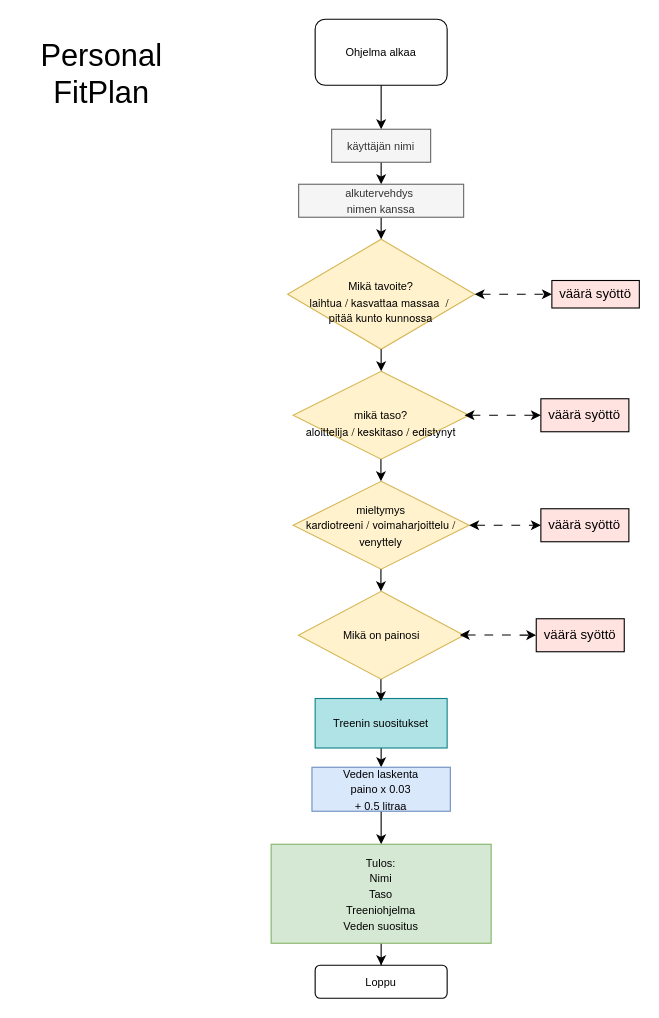
This is kaavio.drawio from ekapenn/ohjelmistoprojekti, a draw.io file, before an edit. Source tidied: cells renumbered, new cells numbered last; positions are measured from the earlier drawing's top-left corner, leaving out a move shared by most shapes. Both pictures are drawn from the tidied source at 110%, with x=0, y=0 at pixel (19, 19).
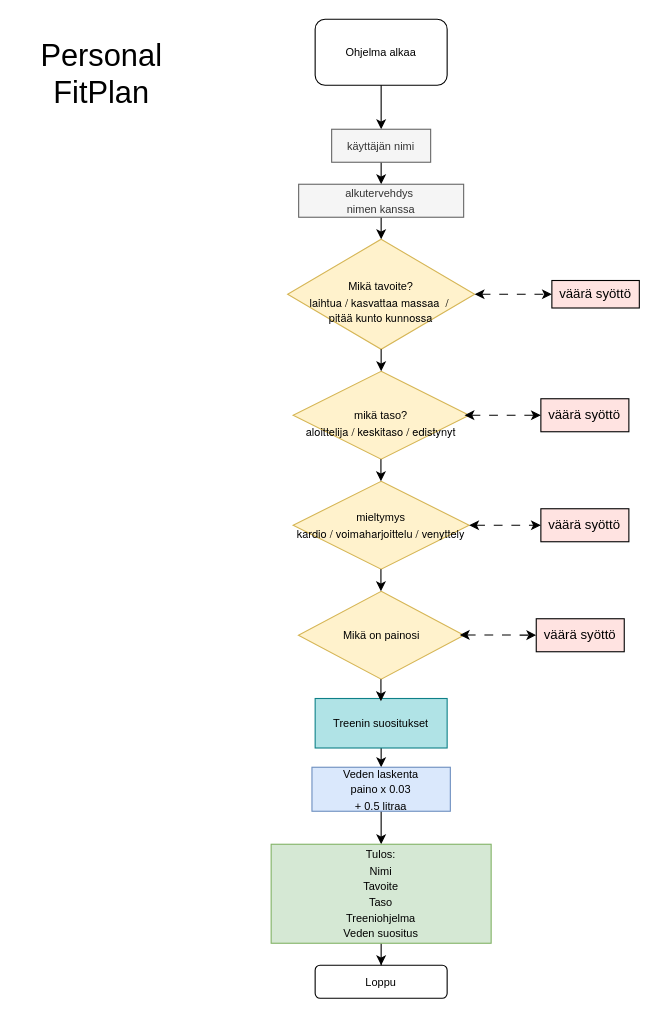
The same diagram, later.

Change to the diagram source:
```diff
@@
-<mxGraphModel>
+<mxGraphModel background="#ffffff">
@@
-    <mxCell id="6" value="&lt;font style=&quot;font-size: 10px;&quot;&gt;mieltymys&lt;/font&gt;&lt;div&gt;&lt;font style=&quot;font-size: 10px;&quot;&gt;&lt;span style=&quot;font-family: &amp;quot;Helvetica Neue&amp;quot;;&quot;&gt;kardiotreeni / voimaharjoittelu / venyttely&lt;/span&gt;&lt;/font&gt;&lt;/div&gt;" style="rhombus;whiteSpace=wrap;html=1;fillColor=#fff2cc;strokeColor=#d6b656;" parent="1" vertex="1">
+    <mxCell id="6" value="&lt;font style=&quot;font-size: 10px;&quot;&gt;mieltymys&lt;/font&gt;&lt;div&gt;&lt;font style=&quot;font-size: 10px;&quot;&gt;&lt;span style=&quot;font-family: &amp;quot;Helvetica Neue&amp;quot;;&quot;&gt;kardio / voimaharjoittelu / venyttely&lt;/span&gt;&lt;/font&gt;&lt;/div&gt;" style="rhombus;whiteSpace=wrap;html=1;fillColor=#fff2cc;strokeColor=#d6b656;" parent="1" vertex="1">
       <mxGeometry x="249" y="420" width="160" height="80" as="geometry" />
     </mxCell>
@@
-    <mxCell id="29" value="&lt;font style=&quot;font-size: 10px;&quot;&gt;Tulos:&lt;/font&gt;&lt;div&gt;&lt;div style=&quot;white-space: nowrap;&quot;&gt;&lt;font style=&quot;font-size: 10px;&quot;&gt;Nimi&lt;/font&gt;&lt;/div&gt;&lt;div style=&quot;white-space: nowrap;&quot;&gt;&lt;font style=&quot;font-size: 10px;&quot;&gt;Taso&lt;/font&gt;&lt;/div&gt;&lt;div style=&quot;white-space: nowrap;&quot;&gt;&lt;font style=&quot;font-size: 10px;&quot;&gt;Treeniohjelma&lt;/font&gt;&lt;/div&gt;&lt;div style=&quot;white-space: nowrap;&quot;&gt;&lt;font style=&quot;font-size: 10px;&quot;&gt;Veden suositus&lt;/font&gt;&lt;/div&gt;&lt;/div&gt;" style="rounded=0;whiteSpace=wrap;html=1;fillColor=#d5e8d4;strokeColor=#82b366;" parent="1" vertex="1">
+    <mxCell id="29" value="&lt;font style=&quot;font-size: 10px;&quot;&gt;Tulos:&lt;/font&gt;&lt;div&gt;&lt;div style=&quot;white-space: nowrap;&quot;&gt;&lt;font style=&quot;font-size: 10px;&quot;&gt;Nimi&lt;/font&gt;&lt;/div&gt;&lt;div style=&quot;white-space: nowrap;&quot;&gt;&lt;font style=&quot;font-size: 10px;&quot;&gt;Tavoite&lt;/font&gt;&lt;/div&gt;&lt;div style=&quot;white-space: nowrap;&quot;&gt;&lt;font style=&quot;font-size: 10px;&quot;&gt;Taso&lt;/font&gt;&lt;/div&gt;&lt;div style=&quot;white-space: nowrap;&quot;&gt;&lt;font style=&quot;font-size: 10px;&quot;&gt;Treeniohjelma&lt;/font&gt;&lt;/div&gt;&lt;div style=&quot;white-space: nowrap;&quot;&gt;&lt;font style=&quot;font-size: 10px;&quot;&gt;Veden suositus&lt;/font&gt;&lt;/div&gt;&lt;/div&gt;" style="rounded=0;whiteSpace=wrap;html=1;fillColor=#d5e8d4;strokeColor=#82b366;" parent="1" vertex="1">
       <mxGeometry x="229" y="750" width="200" height="90" as="geometry" />
     </mxCell>
```
